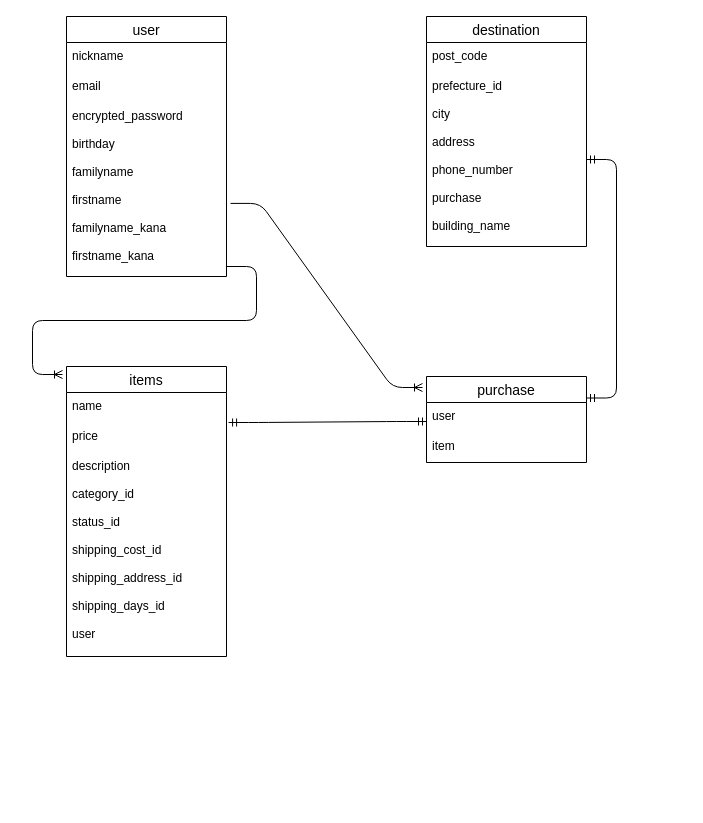
Above: test.dio in mitsugu-kawaguchi/furima-32473 (draw.io), before the change. Source tidied: cells renumbered, new cells numbered last; positions are measured from the earlier drawing's top-left corner, leaving out a move shared by most shapes. Both pictures are drawn from the tidied source at 100%, with x=0, y=0 at pixel (62, 16).
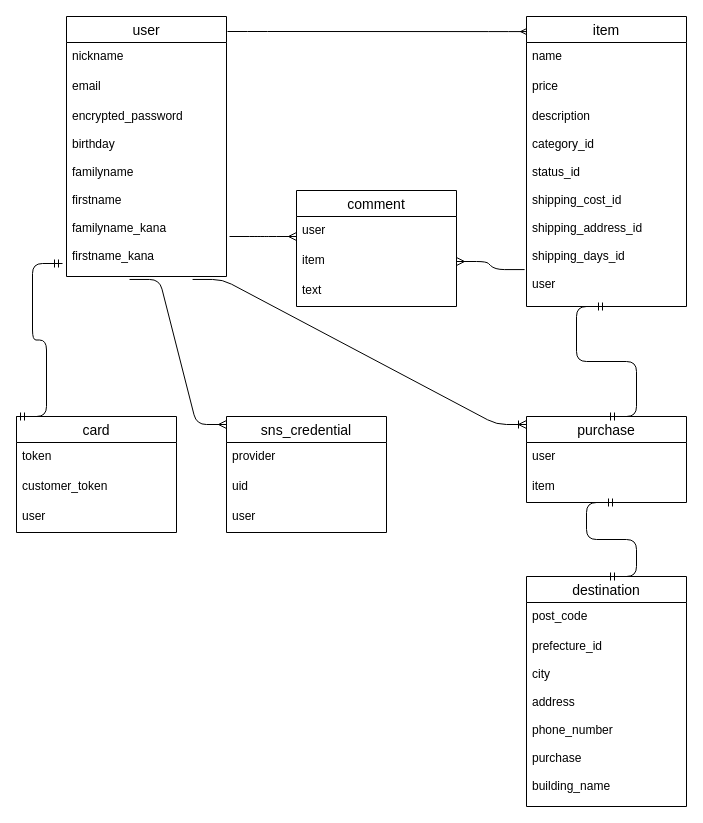
The same page after the edit.

Unchanged cells that the change refers to:
```xml
<mxCell id="5" value="encrypted_password&#10;&#10;birthday&#10;&#10;familyname&#10;&#10;firstname&#10;&#10;familyname_kana&#10;&#10;firstname_kana" style="text;strokeColor=none;fillColor=none;spacingLeft=4;spacingRight=4;overflow=hidden;points=[[0,0.5],[1,0.5]];portConstraint=eastwest;fontSize=12;" parent="2" vertex="1">
  <mxGeometry y="86" width="160" height="174" as="geometry" />
</mxCell>
<mxCell id="8" value="prefecture_id&#10;&#10;city&#10;&#10;address&#10;&#10;phone_number&#10;&#10;purchase&#10;&#10;building_name" style="text;strokeColor=none;fillColor=none;spacingLeft=4;spacingRight=4;overflow=hidden;points=[[0,0.5],[1,0.5]];portConstraint=eastwest;fontSize=12;" parent="6" vertex="1">
  <mxGeometry y="56" width="160" height="174" as="geometry" />
</mxCell>
<mxCell id="11" value="price" style="text;strokeColor=none;fillColor=none;spacingLeft=4;spacingRight=4;overflow=hidden;points=[[0,0.5],[1,0.5]];portConstraint=eastwest;fontSize=12;" parent="9" vertex="1">
  <mxGeometry y="56" width="160" height="30" as="geometry" />
</mxCell>
<mxCell id="12" value="description&#10;&#10;category_id&#10;&#10;status_id&#10;&#10;shipping_cost_id&#10;&#10;shipping_address_id&#10;&#10;shipping_days_id&#10;&#10;user" style="text;strokeColor=none;fillColor=none;spacingLeft=4;spacingRight=4;overflow=hidden;points=[[0,0.5],[1,0.5]];portConstraint=eastwest;fontSize=12;" parent="9" vertex="1">
  <mxGeometry y="86" width="160" height="204" as="geometry" />
</mxCell>
```

What changed in the source:
```diff
@@
     <mxCell id="6" value="destination" style="swimlane;fontStyle=0;horizontal=1;startSize=26;align=center;fontSize=14;" parent="1" vertex="1">
-      <mxGeometry x="364" width="160" height="230" as="geometry" />
+      <mxGeometry x="464" y="560" width="160" height="230" as="geometry" />
     </mxCell>
@@
+    <mxCell id="14" value="purchase" style="swimlane;fontStyle=0;horizontal=1;startSize=26;align=center;fontSize=14;" parent="1" vertex="1">
+      <mxGeometry x="464" y="400" width="160" height="86" as="geometry" />
+    </mxCell>
+    <mxCell id="15" value="user" style="text;strokeColor=none;fillColor=none;spacingLeft=4;spacingRight=4;overflow=hidden;fontSize=12;" parent="14" vertex="1">
+      <mxGeometry y="26" width="160" height="30" as="geometry" />
+    </mxCell>
+    <mxCell id="16" value="item" style="text;strokeColor=none;fillColor=none;spacingLeft=4;spacingRight=4;overflow=hidden;fontSize=12;" parent="14" vertex="1">
+      <mxGeometry y="56" width="160" height="30" as="geometry" />
+    </mxCell>
+    <mxCell id="20" value="card" style="swimlane;fontStyle=0;horizontal=1;startSize=26;align=center;fontSize=14;" parent="1" vertex="1">
+      <mxGeometry x="-46" y="400" width="160" height="116" as="geometry" />
+    </mxCell>
+    <mxCell id="21" value="token" style="text;strokeColor=none;fillColor=none;spacingLeft=4;spacingRight=4;overflow=hidden;fontSize=12;" parent="20" vertex="1">
+      <mxGeometry y="26" width="160" height="30" as="geometry" />
+    </mxCell>
+    <mxCell id="22" value="customer_token" style="text;strokeColor=none;fillColor=none;spacingLeft=4;spacingRight=4;overflow=hidden;fontSize=12;" parent="20" vertex="1">
+      <mxGeometry y="56" width="160" height="30" as="geometry" />
+    </mxCell>
+    <mxCell id="23" style="edgeStyle=entityRelationEdgeStyle;fontSize=12;html=1;endArrow=ERmany;exitX=0.394;exitY=1.017;exitDx=0;exitDy=0;exitPerimeter=0;" parent="20" edge="1" source="5">
+      <mxGeometry relative="1" as="geometry">
+        <mxPoint x="210" y="8" as="targetPoint" />
+      </mxGeometry>
+    </mxCell>
+    <mxCell id="24" value="user" style="text;strokeColor=none;fillColor=none;spacingLeft=4;spacingRight=4;overflow=hidden;fontSize=12;" parent="20" vertex="1">
+      <mxGeometry y="86" width="160" height="30" as="geometry" />
+    </mxCell>
+    <mxCell id="25" value="comment" style="swimlane;fontStyle=0;horizontal=1;startSize=26;align=center;fontSize=14;" parent="1" vertex="1">
+      <mxGeometry x="234" y="174" width="160" height="116" as="geometry" />
+    </mxCell>
+    <mxCell id="26" value="user" style="text;strokeColor=none;fillColor=none;spacingLeft=4;spacingRight=4;overflow=hidden;fontSize=12;" parent="25" vertex="1">
+      <mxGeometry y="26" width="160" height="30" as="geometry" />
+    </mxCell>
+    <mxCell id="27" value="item" style="text;strokeColor=none;fillColor=none;spacingLeft=4;spacingRight=4;overflow=hidden;points=[[0,0.5],[1,0.5]];portConstraint=eastwest;fontSize=12;" parent="25" vertex="1">
+      <mxGeometry y="56" width="160" height="30" as="geometry" />
+    </mxCell>
+    <mxCell id="28" value="text" style="text;strokeColor=none;fillColor=none;spacingLeft=4;spacingRight=4;overflow=hidden;fontSize=12;" parent="25" vertex="1">
+      <mxGeometry y="86" width="160" height="30" as="geometry" />
+    </mxCell>
+    <mxCell id="29" value="sns_credential" style="swimlane;fontStyle=0;horizontal=1;startSize=26;align=center;fontSize=14;" parent="1" vertex="1">
+      <mxGeometry x="164" y="400" width="160" height="116" as="geometry" />
+    </mxCell>
+    <mxCell id="30" value="provider" style="text;strokeColor=none;fillColor=none;spacingLeft=4;spacingRight=4;overflow=hidden;fontSize=12;" parent="29" vertex="1">
+      <mxGeometry y="26" width="160" height="30" as="geometry" />
+    </mxCell>
+    <mxCell id="31" value="uid" style="text;strokeColor=none;fillColor=none;spacingLeft=4;spacingRight=4;overflow=hidden;fontSize=12;" parent="29" vertex="1">
+      <mxGeometry y="56" width="160" height="30" as="geometry" />
+    </mxCell>
+    <mxCell id="32" value="user" style="text;strokeColor=none;fillColor=none;spacingLeft=4;spacingRight=4;overflow=hidden;fontSize=12;" parent="29" vertex="1">
+      <mxGeometry y="86" width="160" height="30" as="geometry" />
+    </mxCell>
+    <mxCell id="33" style="edgeStyle=entityRelationEdgeStyle;fontSize=12;html=1;endArrow=ERmany;entryX=0.013;entryY=0.052;entryDx=0;entryDy=0;entryPerimeter=0;" parent="1" edge="1" target="9">
+      <mxGeometry relative="1" as="geometry">
+        <mxPoint x="165" y="15" as="sourcePoint" />
+      </mxGeometry>
+    </mxCell>
-    <mxCell id="9" value="items" style="swimlane;fontStyle=0;horizontal=1;startSize=26;align=center;fontSize=14;" parent="1" vertex="1">
-      <mxGeometry x="4" y="350" width="160" height="290" as="geometry" />
+    <mxCell id="9" value="item" style="swimlane;fontStyle=0;horizontal=1;startSize=26;align=center;fontSize=14;" parent="1" vertex="1">
+      <mxGeometry x="464" width="160" height="290" as="geometry" />
     </mxCell>
@@
-    <mxCell id="13" style="edgeStyle=entityRelationEdgeStyle;fontSize=12;html=1;endArrow=ERoneToMany;" parent="1" edge="1">
-      <mxGeometry relative="1" as="geometry">
-        <mxPoint x="164" y="250" as="sourcePoint" />
-        <mxPoint y="358" as="targetPoint" />
-      </mxGeometry>
-    </mxCell>
-    <mxCell id="14" value="purchase" style="swimlane;fontStyle=0;horizontal=1;startSize=26;align=center;fontSize=14;" parent="1" vertex="1">
-      <mxGeometry x="364" y="360" width="160" height="86" as="geometry" />
-    </mxCell>
-    <mxCell id="15" value="user" style="text;strokeColor=none;fillColor=none;spacingLeft=4;spacingRight=4;overflow=hidden;fontSize=12;" parent="14" vertex="1">
-      <mxGeometry y="26" width="160" height="30" as="geometry" />
-    </mxCell>
-    <mxCell id="16" value="item" style="text;strokeColor=none;fillColor=none;spacingLeft=4;spacingRight=4;overflow=hidden;fontSize=12;" parent="14" vertex="1">
-      <mxGeometry y="56" width="160" height="30" as="geometry" />
-    </mxCell>
-    <mxCell id="17" style="edgeStyle=entityRelationEdgeStyle;fontSize=12;html=1;endArrow=ERoneToMany;entryX=-0.025;entryY=0.128;entryDx=0;entryDy=0;entryPerimeter=0;exitX=1.025;exitY=0.58;exitDx=0;exitDy=0;exitPerimeter=0;" parent="1" edge="1" source="5" target="14">
-      <mxGeometry relative="1" as="geometry" />
-    </mxCell>
-    <mxCell id="18" style="edgeStyle=entityRelationEdgeStyle;fontSize=12;html=1;endArrow=ERmandOne;startArrow=ERmandOne;exitX=1.013;exitY=0;exitDx=0;exitDy=0;exitPerimeter=0;" parent="1" edge="1" source="11">
-      <mxGeometry relative="1" as="geometry">
-        <mxPoint x="364" y="405" as="targetPoint" />
-      </mxGeometry>
-    </mxCell>
-    <mxCell id="19" style="edgeStyle=entityRelationEdgeStyle;fontSize=12;html=1;endArrow=ERmandOne;startArrow=ERmandOne;exitX=1;exitY=0.25;exitDx=0;exitDy=0;" parent="1" edge="1" source="14" target="8">
-      <mxGeometry relative="1" as="geometry" />
-    </mxCell>
+    <mxCell id="34" style="edgeStyle=entityRelationEdgeStyle;fontSize=12;html=1;endArrow=ERmany;" parent="1" edge="1">
+      <mxGeometry relative="1" as="geometry">
+        <mxPoint x="167" y="220" as="sourcePoint" />
+        <mxPoint x="234" y="220" as="targetPoint" />
+      </mxGeometry>
+    </mxCell>
+    <mxCell id="35" style="edgeStyle=entityRelationEdgeStyle;fontSize=12;html=1;endArrow=ERmany;exitX=-0.012;exitY=0.819;exitDx=0;exitDy=0;exitPerimeter=0;" parent="1" edge="1" source="12" target="27">
+      <mxGeometry relative="1" as="geometry" />
+    </mxCell>
+    <mxCell id="36" style="edgeStyle=entityRelationEdgeStyle;fontSize=12;html=1;endArrow=ERmandOne;startArrow=ERmandOne;exitX=0.5;exitY=0;exitDx=0;exitDy=0;" parent="1" edge="1" source="14">
+      <mxGeometry relative="1" as="geometry">
+        <mxPoint x="544" y="290" as="targetPoint" />
+      </mxGeometry>
+    </mxCell>
+    <mxCell id="37" style="edgeStyle=entityRelationEdgeStyle;fontSize=12;html=1;endArrow=ERmandOne;startArrow=ERmandOne;exitX=0.5;exitY=0;exitDx=0;exitDy=0;" parent="1" edge="1" source="6">
+      <mxGeometry relative="1" as="geometry">
+        <mxPoint x="554" y="486" as="targetPoint" />
+      </mxGeometry>
+    </mxCell>
+    <mxCell id="38" style="edgeStyle=entityRelationEdgeStyle;fontSize=12;html=1;endArrow=ERoneToMany;exitX=0.788;exitY=1.017;exitDx=0;exitDy=0;exitPerimeter=0;" parent="1" edge="1" source="5">
+      <mxGeometry relative="1" as="geometry">
+        <mxPoint x="464" y="408" as="targetPoint" />
+      </mxGeometry>
+    </mxCell>
+    <mxCell id="39" style="edgeStyle=entityRelationEdgeStyle;fontSize=12;html=1;endArrow=ERmandOne;startArrow=ERmandOne;exitX=0;exitY=0;exitDx=0;exitDy=0;" parent="1" edge="1" source="20">
+      <mxGeometry relative="1" as="geometry">
+        <mxPoint y="247" as="targetPoint" />
+      </mxGeometry>
+    </mxCell>
```
